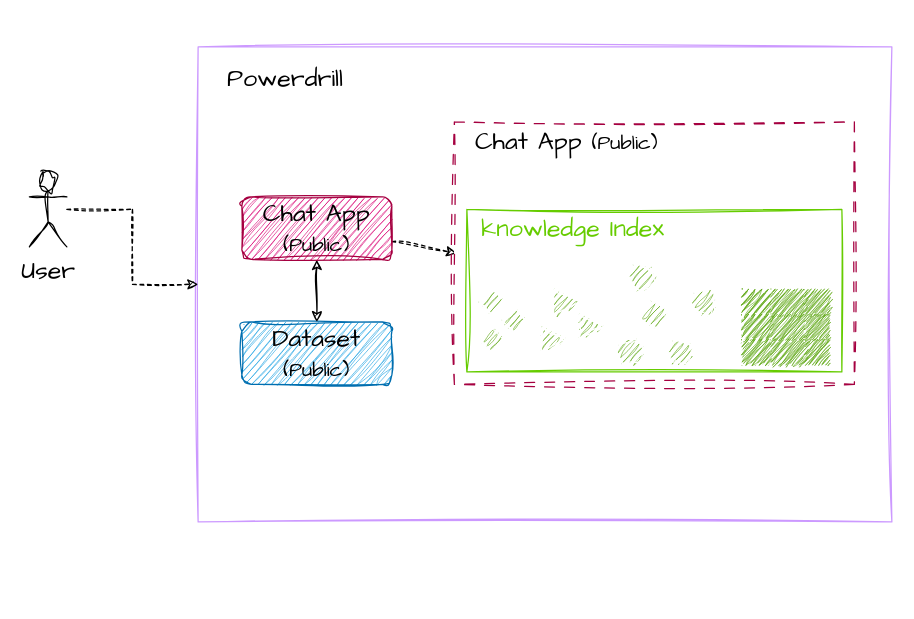
Before: images/chat_app.drawio in powerdrillai/powerdrill_docs, a draw.io diagram. Source tidied: cells renumbered, new cells numbered last; positions are measured from the earlier drawing's top-left corner, leaving out a move shared by most shapes. Both pictures are drawn from the tidied source at 125%, with x=0, y=0 at pixel (29, 46).
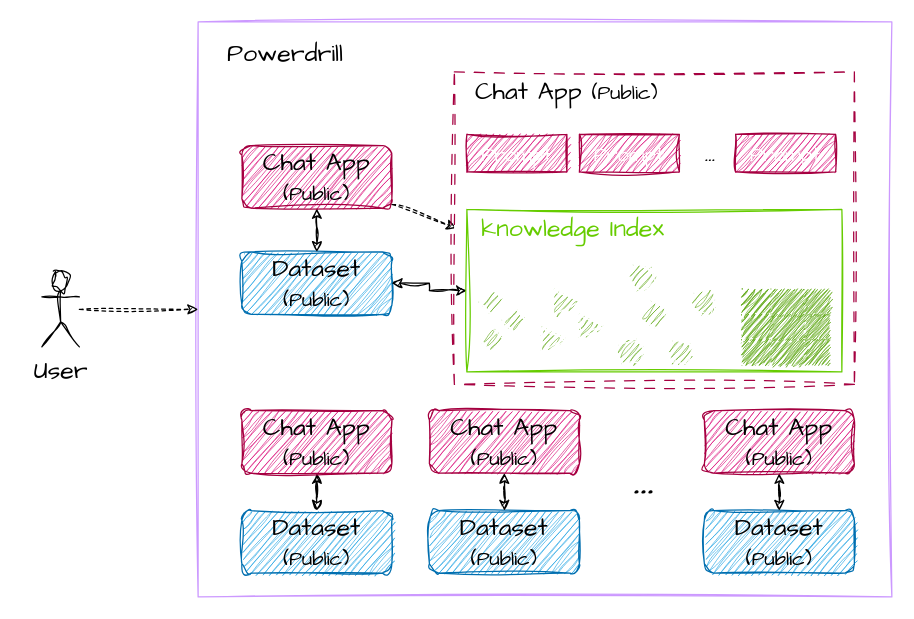
Above is the later version.

Unchanged cells that the change refers to:
```xml
<mxCell id="42" style="rounded=0;whiteSpace=wrap;html=1;sketch=1;hachureGap=4;jiggle=2;curveFitting=1;fontFamily=Architects Daughter;fontSize=20;strokeColor=#66CC00;fillColor=none;" parent="1" vertex="1">
  <mxGeometry x="350" y="130" width="300" height="130" as="geometry" />
</mxCell>
```

What changed in the source:
```diff
@@
     <mxCell id="2" style="rounded=0;whiteSpace=wrap;html=1;sketch=1;hachureGap=4;jiggle=2;curveFitting=1;fontFamily=Architects Daughter;fontSize=20;strokeColor=#CC99FF;" parent="1" vertex="1">
-      <mxGeometry x="135" width="555" height="380" as="geometry" />
+      <mxGeometry x="135" y="-20" width="555" height="460" as="geometry" />
     </mxCell>
     <mxCell id="3" value="Powerdrill" style="text;html=1;strokeColor=none;fillColor=none;align=center;verticalAlign=middle;whiteSpace=wrap;rounded=0;fontSize=20;fontFamily=Architects Daughter;sketch=1;curveFitting=1;jiggle=2;" parent="1" vertex="1">
-      <mxGeometry x="175" y="10" width="60" height="30" as="geometry" />
+      <mxGeometry x="175" y="-10" width="60" height="30" as="geometry" />
     </mxCell>
@@
     <mxCell id="5" value="User" style="shape=umlActor;verticalLabelPosition=bottom;verticalAlign=top;html=1;outlineConnect=0;sketch=1;hachureGap=4;jiggle=2;curveFitting=1;fontFamily=Architects Daughter;fontSize=20;" parent="1" vertex="1">
-      <mxGeometry y="100" width="30" height="60" as="geometry" />
+      <mxGeometry x="10" y="180" width="30" height="60" as="geometry" />
     </mxCell>
     <mxCell id="6" style="rounded=1;whiteSpace=wrap;html=1;sketch=1;curveFitting=1;jiggle=2;fillColor=#1ba1e2;fontColor=#ffffff;strokeColor=#006EAF;" parent="1" vertex="1">
-      <mxGeometry x="170" y="220" width="120" height="50" as="geometry" />
+      <mxGeometry x="170" y="164" width="120" height="50" as="geometry" />
     </mxCell>
     <mxCell id="7" value="Dataset&lt;br&gt;&lt;font style=&quot;font-size: 16px;&quot;&gt;(Public)&lt;/font&gt;" style="text;html=1;strokeColor=none;fillColor=none;align=center;verticalAlign=middle;whiteSpace=wrap;rounded=0;fontSize=20;fontFamily=Architects Daughter;sketch=1;curveFitting=1;jiggle=2;" parent="1" vertex="1">
-      <mxGeometry x="200" y="230" width="60" height="30" as="geometry" />
+      <mxGeometry x="200" y="174" width="60" height="30" as="geometry" />
     </mxCell>
@@
     <mxCell id="10" style="rounded=1;whiteSpace=wrap;html=1;sketch=1;curveFitting=1;jiggle=2;fillColor=#d80073;fontColor=#ffffff;strokeColor=#A50040;" parent="1" vertex="1">
-      <mxGeometry x="170" y="120" width="120" height="50" as="geometry" />
+      <mxGeometry x="170" y="79" width="120" height="50" as="geometry" />
     </mxCell>
     <mxCell id="11" value="Chat App&lt;br&gt;&lt;font style=&quot;font-size: 16px;&quot;&gt;(Public)&lt;/font&gt;" style="text;html=1;strokeColor=none;fillColor=none;align=center;verticalAlign=middle;whiteSpace=wrap;rounded=0;fontSize=20;fontFamily=Architects Daughter;sketch=1;curveFitting=1;jiggle=2;" parent="1" vertex="1">
-      <mxGeometry x="180" y="130" width="100" height="30" as="geometry" />
+      <mxGeometry x="180" y="89" width="100" height="30" as="geometry" />
     </mxCell>
     <mxCell id="12" style="rounded=0;whiteSpace=wrap;html=1;sketch=1;hachureGap=4;jiggle=2;curveFitting=1;fontFamily=Architects Daughter;fontSize=20;strokeColor=#A50040;dashed=1;dashPattern=8 8;" parent="1" vertex="1">
-      <mxGeometry x="340" y="60" width="320" height="210" as="geometry" />
+      <mxGeometry x="340" y="20" width="320" height="250" as="geometry" />
     </mxCell>
     <mxCell id="13" value="Chat App&amp;nbsp;&lt;font style=&quot;font-size: 16px;&quot;&gt;(Public)&lt;/font&gt;" style="text;html=1;strokeColor=none;fillColor=none;align=center;verticalAlign=middle;whiteSpace=wrap;rounded=0;fontSize=20;fontFamily=Architects Daughter;sketch=1;curveFitting=1;jiggle=2;" parent="1" vertex="1">
-      <mxGeometry x="340" y="60" width="180" height="30" as="geometry" />
+      <mxGeometry x="340" y="20" width="180" height="30" as="geometry" />
     </mxCell>
@@
+    <mxCell id="44" style="edgeStyle=orthogonalEdgeStyle;rounded=0;sketch=1;hachureGap=4;jiggle=2;curveFitting=1;jettySize=auto;html=1;entryX=1;entryY=0.5;entryDx=0;entryDy=0;fontFamily=Architects Daughter;fontSize=16;startArrow=classic;startFill=1;" parent="1" edge="1" source="42" target="6">
+      <mxGeometry relative="1" as="geometry" />
+    </mxCell>
@@
+    <mxCell id="45" value="&lt;font style=&quot;font-size: 16px;&quot;&gt;Prompt&lt;/font&gt;" style="rounded=0;whiteSpace=wrap;html=1;sketch=1;hachureGap=4;jiggle=2;curveFitting=1;fontFamily=Architects Daughter;fontSize=20;strokeColor=#A50040;fillColor=#d80073;fontColor=#ffffff;" parent="1" vertex="1">
+      <mxGeometry x="350" y="70" width="80" height="30" as="geometry" />
+    </mxCell>
+    <mxCell id="46" value="&lt;font style=&quot;font-size: 16px;&quot;&gt;Prompt&lt;/font&gt;" style="rounded=0;whiteSpace=wrap;html=1;sketch=1;hachureGap=4;jiggle=2;curveFitting=1;fontFamily=Architects Daughter;fontSize=20;strokeColor=#A50040;fillColor=#d80073;fontColor=#ffffff;" parent="1" vertex="1">
+      <mxGeometry x="440" y="70" width="80" height="30" as="geometry" />
+    </mxCell>
+    <mxCell id="47" value="&lt;font style=&quot;font-size: 16px;&quot;&gt;Prompt&lt;/font&gt;" style="rounded=0;whiteSpace=wrap;html=1;sketch=1;hachureGap=4;jiggle=2;curveFitting=1;fontFamily=Architects Daughter;fontSize=20;strokeColor=#A50040;fillColor=#d80073;fontColor=#ffffff;" parent="1" vertex="1">
+      <mxGeometry x="565" y="70" width="80" height="30" as="geometry" />
+    </mxCell>
+    <mxCell id="48" value="..." style="text;html=1;strokeColor=none;fillColor=none;align=center;verticalAlign=middle;whiteSpace=wrap;rounded=0;fontSize=20;fontFamily=Architects Daughter;sketch=1;curveFitting=1;jiggle=2;" parent="1" vertex="1">
+      <mxGeometry x="525" y="70" width="40" height="30" as="geometry" />
+    </mxCell>
+    <mxCell id="49" style="rounded=1;whiteSpace=wrap;html=1;sketch=1;curveFitting=1;jiggle=2;fillColor=#1ba1e2;fontColor=#ffffff;strokeColor=#006EAF;" parent="1" vertex="1">
+      <mxGeometry x="170" y="371" width="120" height="50" as="geometry" />
+    </mxCell>
+    <mxCell id="50" value="Dataset&lt;br&gt;&lt;font style=&quot;font-size: 16px;&quot;&gt;(Public)&lt;/font&gt;" style="text;html=1;strokeColor=none;fillColor=none;align=center;verticalAlign=middle;whiteSpace=wrap;rounded=0;fontSize=20;fontFamily=Architects Daughter;sketch=1;curveFitting=1;jiggle=2;" parent="1" vertex="1">
+      <mxGeometry x="200" y="381" width="60" height="30" as="geometry" />
+    </mxCell>
+    <mxCell id="51" style="edgeStyle=orthogonalEdgeStyle;rounded=0;sketch=1;hachureGap=4;jiggle=2;curveFitting=1;jettySize=auto;html=1;entryX=0.5;entryY=0;entryDx=0;entryDy=0;fontFamily=Architects Daughter;fontSize=16;startArrow=classic;startFill=1;" parent="1" edge="1" source="52" target="49">
+      <mxGeometry relative="1" as="geometry" />
+    </mxCell>
+    <mxCell id="52" style="rounded=1;whiteSpace=wrap;html=1;sketch=1;curveFitting=1;jiggle=2;fillColor=#d80073;fontColor=#ffffff;strokeColor=#A50040;" parent="1" vertex="1">
+      <mxGeometry x="170" y="291" width="120" height="50" as="geometry" />
+    </mxCell>
+    <mxCell id="53" value="Chat App&lt;br&gt;&lt;font style=&quot;font-size: 16px;&quot;&gt;(Public)&lt;/font&gt;" style="text;html=1;strokeColor=none;fillColor=none;align=center;verticalAlign=middle;whiteSpace=wrap;rounded=0;fontSize=20;fontFamily=Architects Daughter;sketch=1;curveFitting=1;jiggle=2;" parent="1" vertex="1">
+      <mxGeometry x="180" y="301" width="100" height="30" as="geometry" />
+    </mxCell>
+    <mxCell id="54" style="rounded=1;whiteSpace=wrap;html=1;sketch=1;curveFitting=1;jiggle=2;fillColor=#1ba1e2;fontColor=#ffffff;strokeColor=#006EAF;" parent="1" vertex="1">
+      <mxGeometry x="320" y="371" width="120" height="50" as="geometry" />
+    </mxCell>
+    <mxCell id="55" value="Dataset&lt;br&gt;&lt;font style=&quot;font-size: 16px;&quot;&gt;(Public)&lt;/font&gt;" style="text;html=1;strokeColor=none;fillColor=none;align=center;verticalAlign=middle;whiteSpace=wrap;rounded=0;fontSize=20;fontFamily=Architects Daughter;sketch=1;curveFitting=1;jiggle=2;" parent="1" vertex="1">
+      <mxGeometry x="350" y="381" width="60" height="30" as="geometry" />
+    </mxCell>
+    <mxCell id="56" style="edgeStyle=orthogonalEdgeStyle;rounded=0;sketch=1;hachureGap=4;jiggle=2;curveFitting=1;jettySize=auto;html=1;entryX=0.5;entryY=0;entryDx=0;entryDy=0;fontFamily=Architects Daughter;fontSize=16;startArrow=classic;startFill=1;" parent="1" edge="1" source="57" target="54">
+      <mxGeometry relative="1" as="geometry" />
+    </mxCell>
+    <mxCell id="57" style="rounded=1;whiteSpace=wrap;html=1;sketch=1;curveFitting=1;jiggle=2;fillColor=#d80073;fontColor=#ffffff;strokeColor=#A50040;" parent="1" vertex="1">
+      <mxGeometry x="320" y="291" width="120" height="50" as="geometry" />
+    </mxCell>
+    <mxCell id="58" value="Chat App&lt;br&gt;&lt;font style=&quot;font-size: 16px;&quot;&gt;(Public)&lt;/font&gt;" style="text;html=1;strokeColor=none;fillColor=none;align=center;verticalAlign=middle;whiteSpace=wrap;rounded=0;fontSize=20;fontFamily=Architects Daughter;sketch=1;curveFitting=1;jiggle=2;" parent="1" vertex="1">
+      <mxGeometry x="330" y="301" width="100" height="30" as="geometry" />
+    </mxCell>
+    <mxCell id="59" style="rounded=1;whiteSpace=wrap;html=1;sketch=1;curveFitting=1;jiggle=2;fillColor=#1ba1e2;fontColor=#ffffff;strokeColor=#006EAF;" parent="1" vertex="1">
+      <mxGeometry x="540" y="371" width="120" height="50" as="geometry" />
+    </mxCell>
+    <mxCell id="60" value="Dataset&lt;br&gt;&lt;font style=&quot;font-size: 16px;&quot;&gt;(Public)&lt;/font&gt;" style="text;html=1;strokeColor=none;fillColor=none;align=center;verticalAlign=middle;whiteSpace=wrap;rounded=0;fontSize=20;fontFamily=Architects Daughter;sketch=1;curveFitting=1;jiggle=2;" parent="1" vertex="1">
+      <mxGeometry x="570" y="381" width="60" height="30" as="geometry" />
+    </mxCell>
+    <mxCell id="61" style="edgeStyle=orthogonalEdgeStyle;rounded=0;sketch=1;hachureGap=4;jiggle=2;curveFitting=1;jettySize=auto;html=1;entryX=0.5;entryY=0;entryDx=0;entryDy=0;fontFamily=Architects Daughter;fontSize=16;startArrow=classic;startFill=1;" parent="1" edge="1" source="62" target="59">
+      <mxGeometry relative="1" as="geometry" />
+    </mxCell>
+    <mxCell id="62" style="rounded=1;whiteSpace=wrap;html=1;sketch=1;curveFitting=1;jiggle=2;fillColor=#d80073;fontColor=#ffffff;strokeColor=#A50040;" parent="1" vertex="1">
+      <mxGeometry x="540" y="291" width="120" height="50" as="geometry" />
+    </mxCell>
+    <mxCell id="63" value="Chat App&lt;br&gt;&lt;font style=&quot;font-size: 16px;&quot;&gt;(Public)&lt;/font&gt;" style="text;html=1;strokeColor=none;fillColor=none;align=center;verticalAlign=middle;whiteSpace=wrap;rounded=0;fontSize=20;fontFamily=Architects Daughter;sketch=1;curveFitting=1;jiggle=2;" parent="1" vertex="1">
+      <mxGeometry x="550" y="301" width="100" height="30" as="geometry" />
+    </mxCell>
+    <mxCell id="64" value="..." style="text;html=1;strokeColor=none;fillColor=none;align=center;verticalAlign=middle;whiteSpace=wrap;rounded=0;fontSize=40;fontFamily=Architects Daughter;sketch=1;curveFitting=1;jiggle=2;" parent="1" vertex="1">
+      <mxGeometry x="472" y="331" width="40" height="30" as="geometry" />
+    </mxCell>
```
